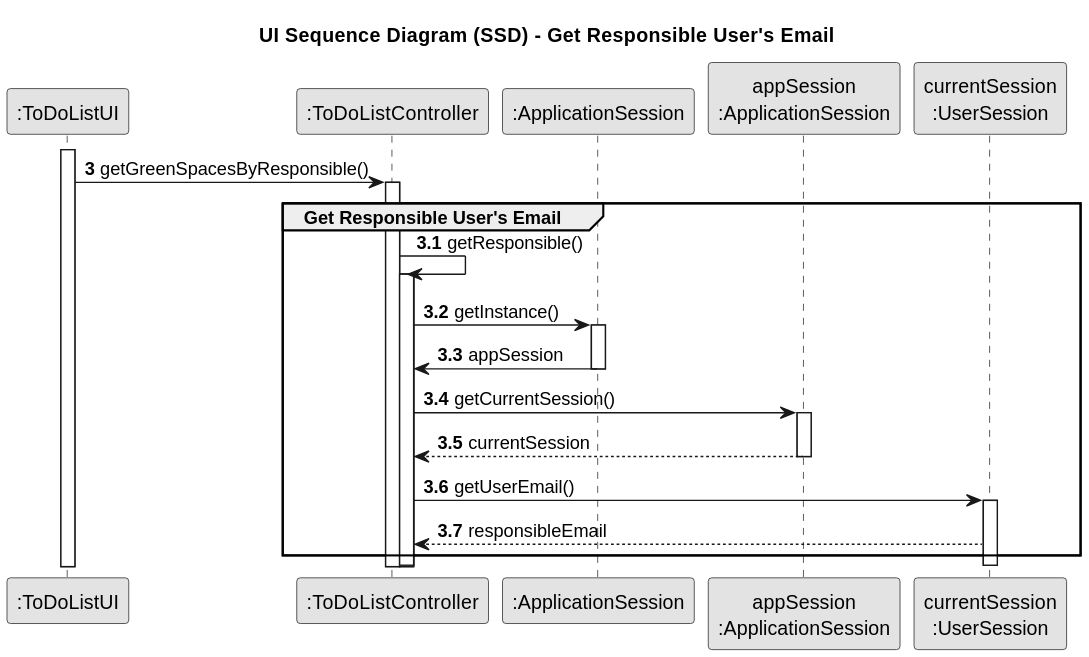
The PlantUML diagram docs/sprintC/us021/03.design/svg/us021-sequence-diagram-partial-get-responsible-email-UI_Sequence_Diagram__SSD____Get_Responsible_User_s_Email.svg in SAEmanuel/Green_Spaces_Management_ISEP, before a commit.
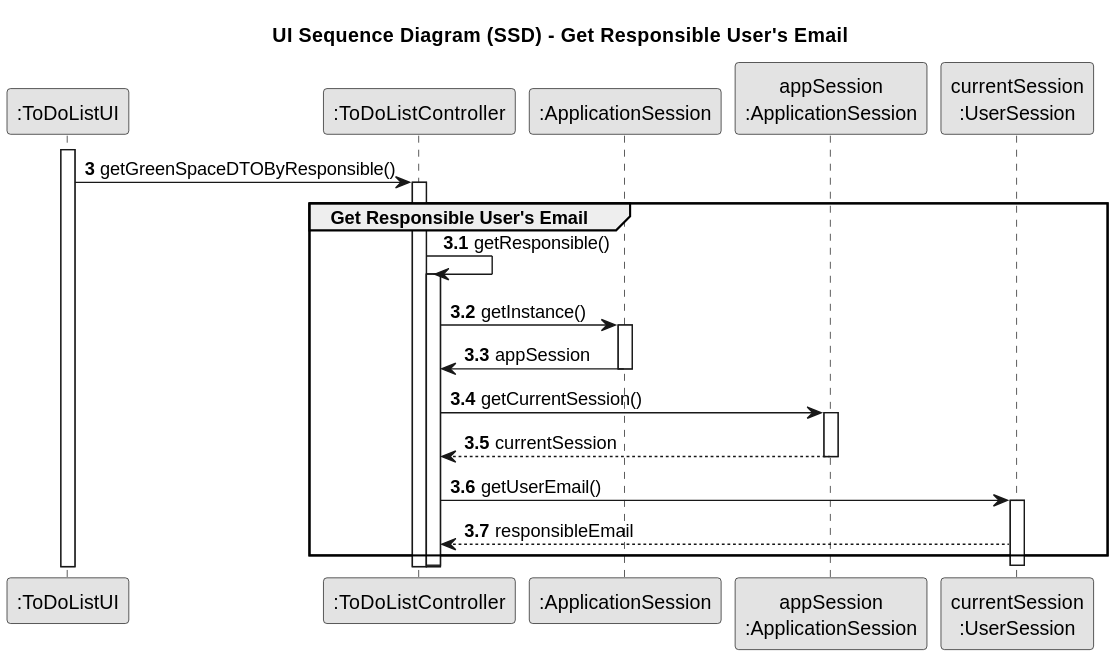
Later version of the same file.

Change to the diagram source:
```diff
@@ -16,7 +16,7 @@
 
 activate UI
 autonumber 3
-UI -> CTRL : getGreenSpacesByResponsible()
+UI -> CTRL : getGreenSpaceDTOByResponsible()
 activate CTRL
 
 group Get Responsible User's Email
```
